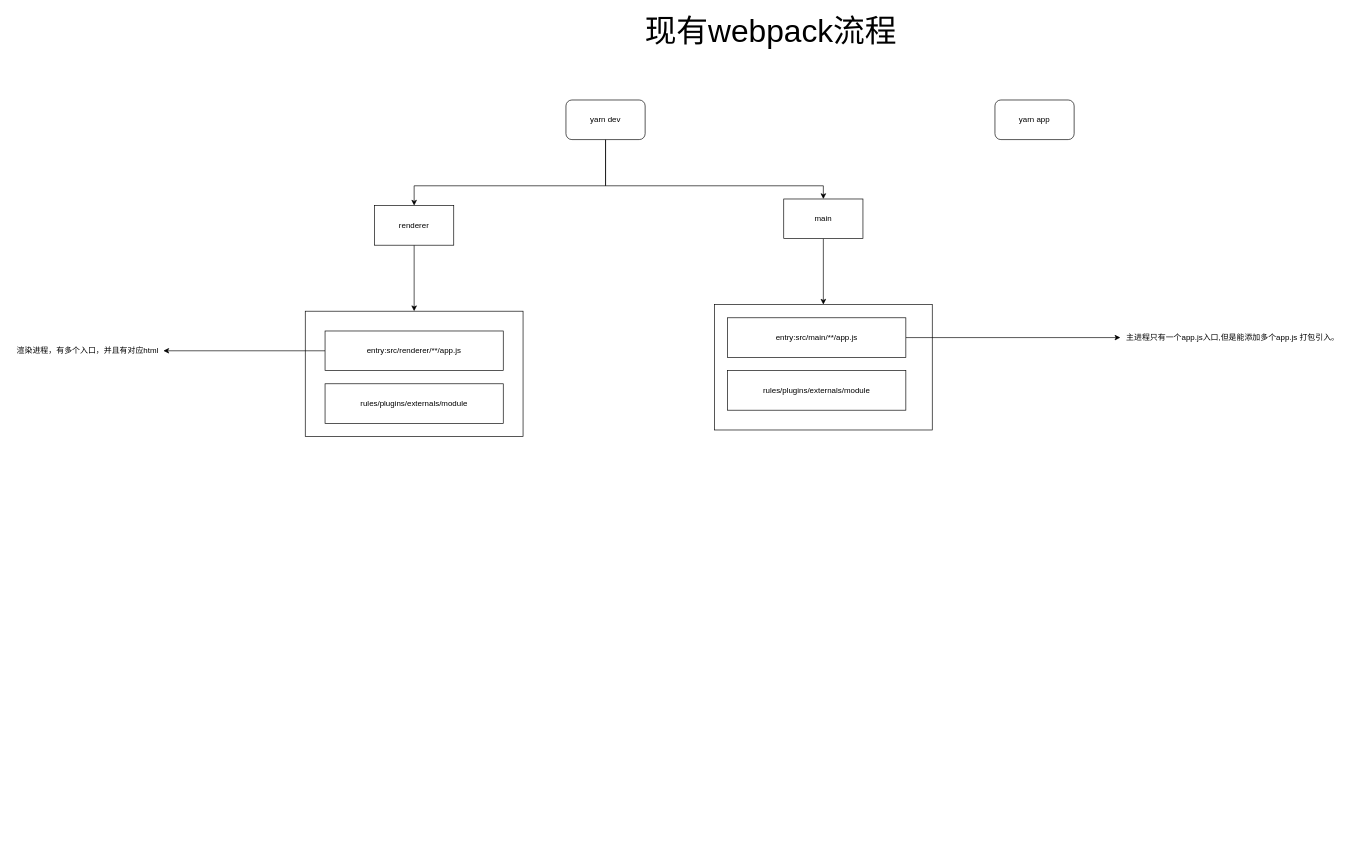
Earlier version of the draw.io diagram webpack.drawio (oppo-80343438/flowChart). Source tidied: cells renumbered, new cells numbered last; positions are measured from the earlier drawing's top-left corner, leaving out a move shared by most shapes. Both pictures are drawn from the tidied source at 66%, with x=0, y=0 at pixel (11, 20).
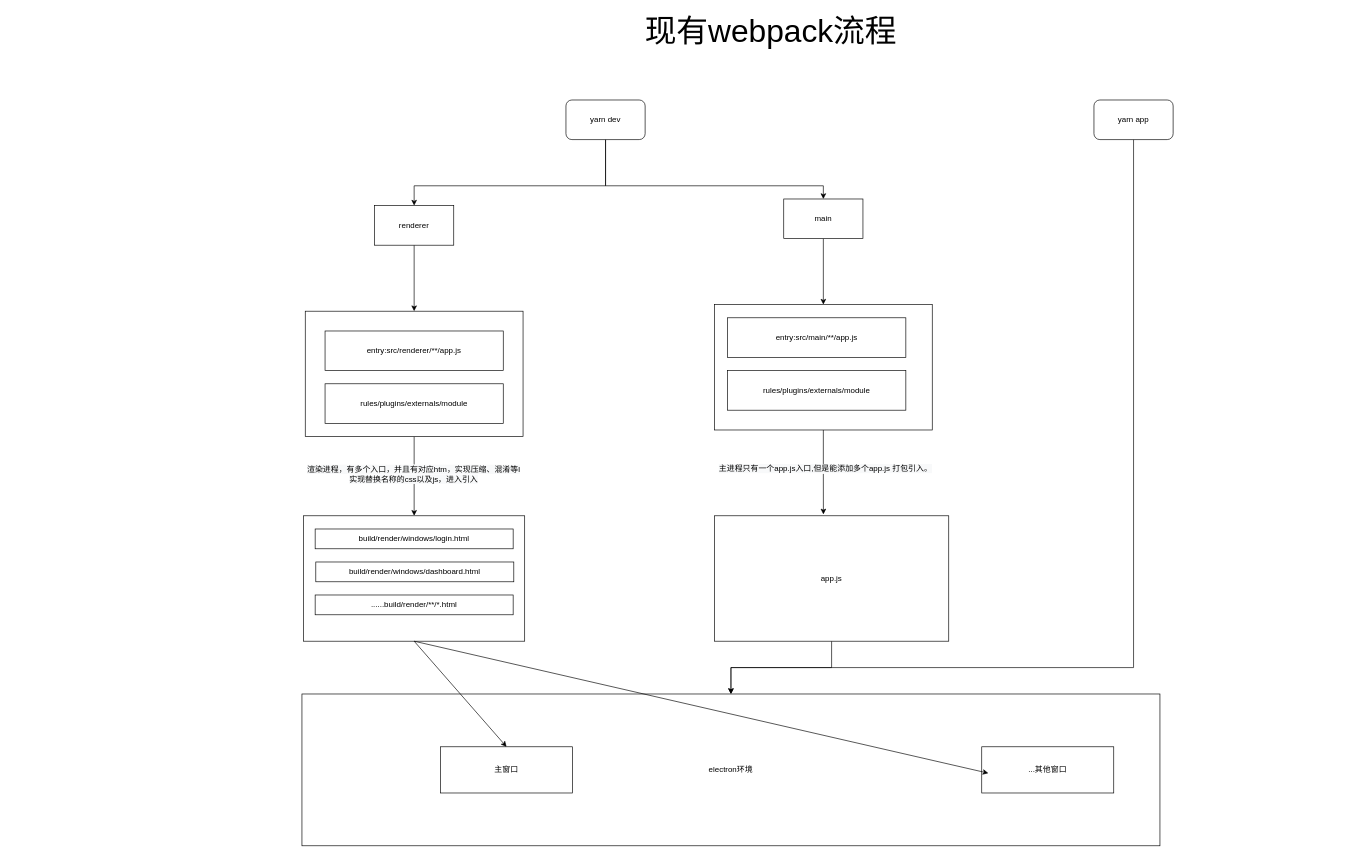
The same diagram, later.

Unchanged cells that the change refers to:
```xml
<mxCell id="11" style="rounded=0;whiteSpace=wrap;html=1;" parent="1" vertex="1">
  <mxGeometry x="445" y="440" width="330" height="190" as="geometry" />
</mxCell>
<mxCell id="14" value="entry:src/renderer/**/app.js" style="rounded=0;whiteSpace=wrap;html=1;" parent="1" vertex="1">
  <mxGeometry x="475" y="470" width="270" height="60" as="geometry" />
</mxCell>
<mxCell id="15" style="rounded=0;whiteSpace=wrap;html=1;" parent="1" vertex="1">
  <mxGeometry x="1065" y="430" width="330" height="190" as="geometry" />
</mxCell>
<mxCell id="18" value="entry:src/main/**/app.js" style="rounded=0;whiteSpace=wrap;html=1;" parent="1" vertex="1">
  <mxGeometry x="1085" y="450" width="270" height="60" as="geometry" />
</mxCell>
```

Diff of the diagram source:
```diff
@@
+    <mxCell id="21" style="edgeStyle=orthogonalEdgeStyle;rounded=0;jettySize=auto;html=1;entryX=0.5;entryY=0;entryDx=0;entryDy=0;" parent="1" edge="1" source="6" target="31">
+      <mxGeometry relative="1" as="geometry">
+        <Array as="points">
+          <mxPoint x="1700" y="980" />
+          <mxPoint x="1090" y="980" />
+        </Array>
+      </mxGeometry>
+    </mxCell>
     <mxCell id="6" value="yarn app" style="rounded=1;whiteSpace=wrap;html=1;" parent="1" vertex="1">
-      <mxGeometry x="1490" y="120" width="120" height="60" as="geometry" />
+      <mxGeometry x="1640" y="120" width="120" height="60" as="geometry" />
     </mxCell>
@@
+    <mxCell id="22" style="edgeStyle=orthogonalEdgeStyle;rounded=0;jettySize=auto;html=1;entryX=0.5;entryY=0;entryDx=0;entryDy=0;" parent="1" edge="1" source="11" target="25">
+      <mxGeometry relative="1" as="geometry" />
+    </mxCell>
+    <mxCell id="23" value="&lt;span style=&quot;font-size: 12px ; background-color: rgb(248 , 249 , 250)&quot;&gt;渲染进程，有多个入口，并且有对应htm，实现压缩、混淆等l&lt;br&gt;实现替换名称的css以及js，进入引入&lt;br&gt;&lt;/span&gt;" style="edgeLabel;html=1;align=center;verticalAlign=middle;" parent="22" vertex="1">
+      <mxGeometry x="-0.07" y="-2" relative="1" as="geometry" />
+    </mxCell>
@@
-    <mxCell id="13" style="edgeStyle=orthogonalEdgeStyle;rounded=0;jettySize=auto;html=1;" parent="1" edge="1" source="14" target="19">
-      <mxGeometry relative="1" as="geometry" />
-    </mxCell>
@@
+    <mxCell id="24" style="edgeStyle=orthogonalEdgeStyle;rounded=0;jettySize=auto;html=1;entryX=0.465;entryY=-0.011;entryDx=0;entryDy=0;entryPerimeter=0;" parent="1" edge="1" source="15" target="27">
+      <mxGeometry relative="1" as="geometry" />
+    </mxCell>
+    <mxCell id="20" value="&lt;span style=&quot;font-size: 12px ; background-color: rgb(248 , 249 , 250)&quot;&gt;主进程只有一个app.js入口,但是能添加多个app.js 打包引入。&lt;/span&gt;" style="edgeLabel;html=1;align=center;verticalAlign=middle;points=[];" parent="24" vertex="1">
+      <mxGeometry x="-0.11" y="2" relative="1" as="geometry">
+        <mxPoint y="1" as="offset" />
+      </mxGeometry>
+    </mxCell>
@@
-    <mxCell id="17" style="edgeStyle=orthogonalEdgeStyle;rounded=0;jettySize=auto;html=1;" parent="1" edge="1" source="18" target="20">
-      <mxGeometry relative="1" as="geometry" />
-    </mxCell>
@@
-    <mxCell id="19" value="渲染进程，有多个入口，并且有对应html" style="text;html=1;align=center;verticalAlign=middle;points=[];strokeColor=none;" parent="1" vertex="1">
-      <mxGeometry y="490" width="230" height="20" as="geometry" />
-    </mxCell>
-    <mxCell id="20" value="主进程只有一个app.js入口,但是能添加多个app.js 打包引入。" style="text;html=1;align=center;verticalAlign=middle;points=[];strokeColor=none;" parent="1" vertex="1">
-      <mxGeometry x="1680" y="470" width="340" height="20" as="geometry" />
-    </mxCell>
+    <mxCell id="25" style="rounded=0;whiteSpace=wrap;html=1;" parent="1" vertex="1">
+      <mxGeometry x="442.5" y="750" width="335" height="190" as="geometry" />
+    </mxCell>
+    <mxCell id="26" style="edgeStyle=orthogonalEdgeStyle;rounded=0;jettySize=auto;html=1;entryX=0.5;entryY=0;entryDx=0;entryDy=0;" parent="1" edge="1" source="27" target="31">
+      <mxGeometry relative="1" as="geometry" />
+    </mxCell>
+    <mxCell id="27" value="app.js&lt;br&gt;" style="rounded=0;whiteSpace=wrap;html=1;" parent="1" vertex="1">
+      <mxGeometry x="1065" y="750" width="355" height="190" as="geometry" />
+    </mxCell>
+    <mxCell id="28" value="&lt;span&gt;build/render/windows/login.html&lt;/span&gt;" style="rounded=0;whiteSpace=wrap;html=1;" parent="1" vertex="1">
+      <mxGeometry x="460" y="770" width="300" height="30" as="geometry" />
+    </mxCell>
+    <mxCell id="29" value="build/render/windows/dashboard.html" style="rounded=0;whiteSpace=wrap;html=1;" parent="1" vertex="1">
+      <mxGeometry x="461" y="820" width="300" height="30" as="geometry" />
+    </mxCell>
+    <mxCell id="30" value="......build/render/**/*.html" style="rounded=0;whiteSpace=wrap;html=1;" parent="1" vertex="1">
+      <mxGeometry x="460" y="870" width="300" height="30" as="geometry" />
+    </mxCell>
+    <mxCell id="31" value="electron环境" style="rounded=0;whiteSpace=wrap;html=1;" parent="1" vertex="1">
+      <mxGeometry x="440" y="1020" width="1300" height="230" as="geometry" />
+    </mxCell>
+    <mxCell id="32" value="主窗口" style="rounded=0;whiteSpace=wrap;html=1;" parent="1" vertex="1">
+      <mxGeometry x="650" y="1100" width="200" height="70" as="geometry" />
+    </mxCell>
+    <mxCell id="33" value="...其他窗口" style="rounded=0;whiteSpace=wrap;html=1;" parent="1" vertex="1">
+      <mxGeometry x="1470" y="1100" width="200" height="70" as="geometry" />
+    </mxCell>
+    <mxCell id="34" style="endArrow=classic;html=1;entryX=0.5;entryY=0;entryDx=0;entryDy=0;exitX=0.5;exitY=1;exitDx=0;exitDy=0;" parent="1" edge="1" source="25" target="32">
+      <mxGeometry relative="1" as="geometry" />
+    </mxCell>
+    <mxCell id="35" style="endArrow=classic;html=1;" parent="1" edge="1">
+      <mxGeometry relative="1" as="geometry">
+        <mxPoint x="610" y="940" as="sourcePoint" />
+        <mxPoint x="1480" y="1140" as="targetPoint" />
+      </mxGeometry>
+    </mxCell>
```
